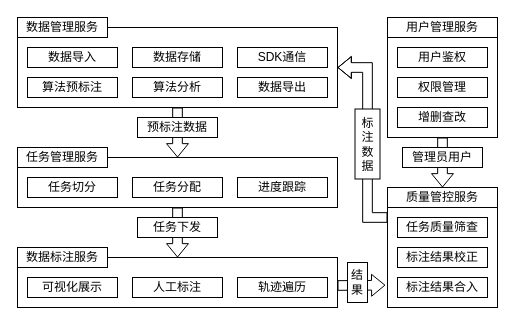
MondayCha/Draw.io keeps this draw.io diagram as paper/System.drawio. Above is the earlier version. Source tidied: cells renumbered, new cells numbered last; positions are measured from the earlier drawing's top-left corner, leaving out a move shared by most shapes. Both pictures are drawn from the tidied source at 100%, with x=0, y=0 at pixel (17, 17).
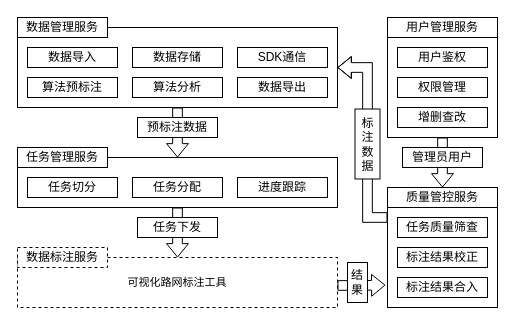
Above is the later version.

Change to the diagram source:
```diff
@@
-    <mxCell id="19" style="rounded=0;whiteSpace=wrap;html=1;fontFamily=宋体;" parent="1" vertex="1">
+    <mxCell id="19" value="&lt;font style=&quot;font-size: 11px&quot;&gt;可视化路网标注工具&lt;/font&gt;" style="rounded=0;whiteSpace=wrap;html=1;fontFamily=宋体;dashed=1;" parent="1" vertex="1">
       <mxGeometry y="240" width="320" height="50" as="geometry" />
     </mxCell>
-    <mxCell id="20" value="数据标注服务" style="rounded=0;whiteSpace=wrap;html=1;fontFamily=宋体;" parent="1" vertex="1">
+    <mxCell id="20" value="数据标注服务" style="rounded=0;whiteSpace=wrap;html=1;fontFamily=宋体;dashed=1;" parent="1" vertex="1">
       <mxGeometry y="230" width="90" height="20" as="geometry" />
     </mxCell>
-    <mxCell id="21" value="可视化展示" style="rounded=0;whiteSpace=wrap;html=1;fontFamily=宋体;" parent="1" vertex="1">
-      <mxGeometry x="10" y="260" width="90" height="20" as="geometry" />
-    </mxCell>
-    <mxCell id="22" value="人工标注" style="rounded=0;whiteSpace=wrap;html=1;fontFamily=宋体;" parent="1" vertex="1">
-      <mxGeometry x="115" y="260" width="90" height="20" as="geometry" />
-    </mxCell>
-    <mxCell id="23" value="轨迹遍历" style="rounded=0;whiteSpace=wrap;html=1;fontFamily=宋体;" parent="1" vertex="1">
-      <mxGeometry x="220" y="260" width="90" height="20" as="geometry" />
-    </mxCell>
```
